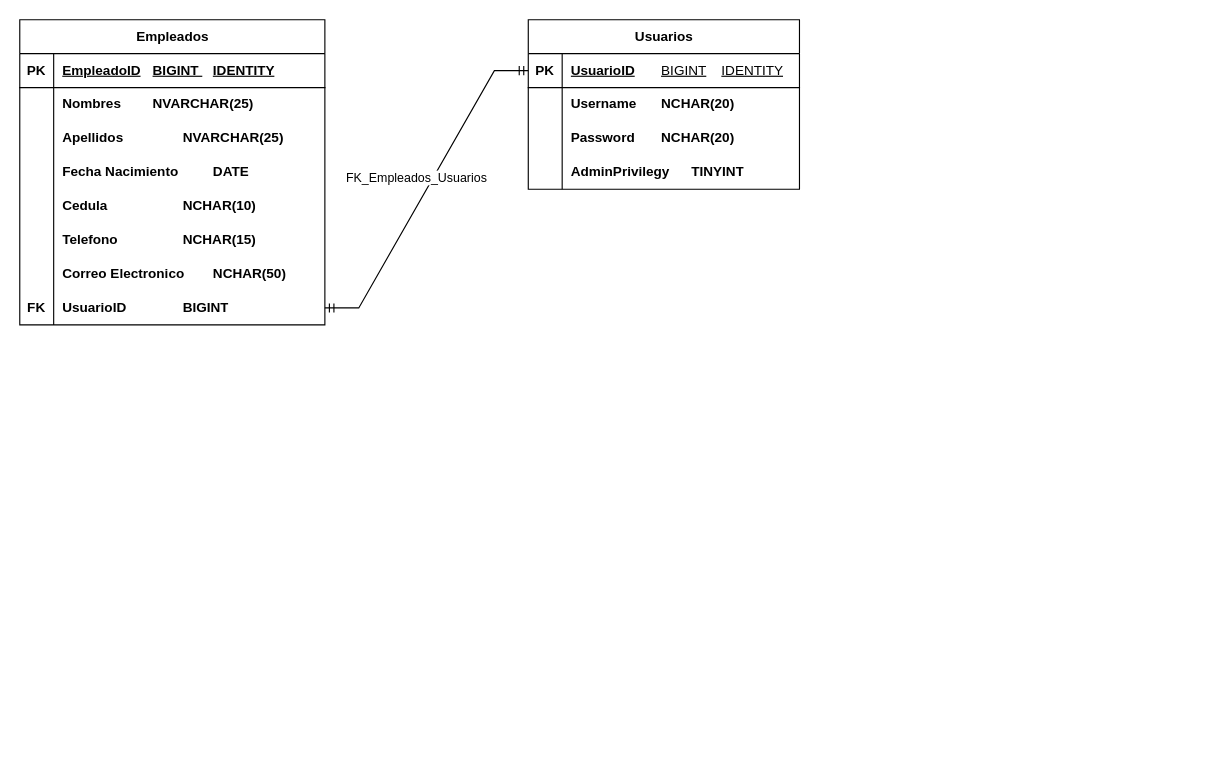
The draw.io diagram Diagrama sin título.drawio in RobinLB99/SQL-SERVER_Scripting, before the edit. Source tidied: cells renumbered, new cells numbered last; positions are measured from the earlier drawing's top-left corner, leaving out a move shared by most shapes. Both pictures are drawn from the tidied source at 113%, with x=0, y=0 at pixel (19, 19).
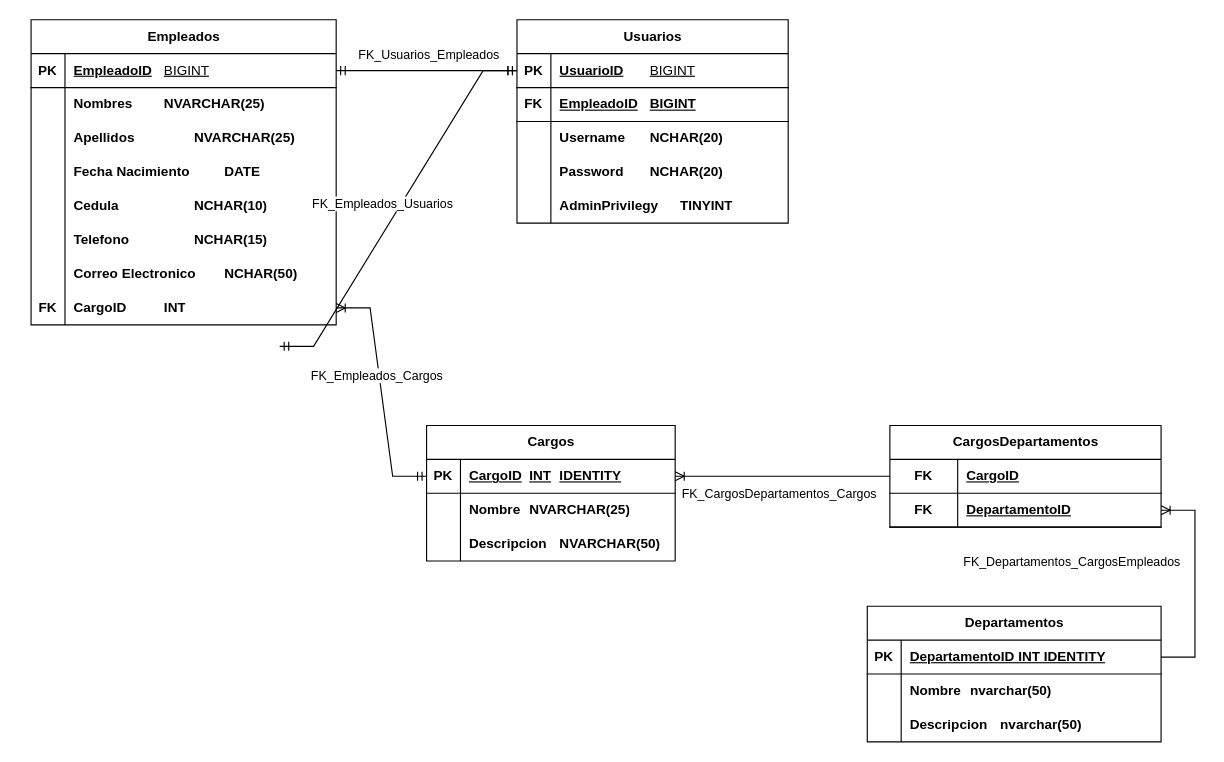
The same page after the edit.

Unchanged cells that the change refers to:
```xml
<mxCell id="3" style="shape=tableRow;horizontal=0;startSize=0;swimlaneHead=0;swimlaneBody=0;fillColor=none;points=[[0,0.5],[1,0.5]];portConstraint=eastwest;top=0;left=0;right=0;bottom=1;" parent="2" vertex="1">
  <mxGeometry y="30" width="270" height="30" as="geometry" />
</mxCell>
<mxCell id="24" style="shape=tableRow;horizontal=0;startSize=0;swimlaneHead=0;swimlaneBody=0;fillColor=none;points=[[0,0.5],[1,0.5]];portConstraint=eastwest;top=0;left=0;right=0;bottom=0;" parent="2" vertex="1">
  <mxGeometry y="240" width="270" height="30" as="geometry" />
</mxCell>
<mxCell id="28" style="shape=tableRow;horizontal=0;startSize=0;swimlaneHead=0;swimlaneBody=0;fillColor=none;points=[[0,0.5],[1,0.5]];portConstraint=eastwest;top=0;left=0;right=0;bottom=1;" parent="27" vertex="1">
  <mxGeometry y="30" width="240" height="30" as="geometry" />
</mxCell>
```

What changed in the source:
```diff
@@
     <mxCell id="2" value="Empleados" style="shape=table;startSize=30;childLayout=tableLayout;rowLines=0;fontStyle=1;align=center;html=1;" parent="1" vertex="1">
-      <mxGeometry width="270" height="270" as="geometry" />
+      <mxGeometry x="10" width="270" height="270" as="geometry" />
     </mxCell>
@@
-    <mxCell id="5" value="EmpleadoID&lt;span style=&quot;white-space: pre;&quot;&gt;&#9;&lt;/span&gt;BIGINT &lt;span style=&quot;white-space: pre;&quot;&gt;&#9;&lt;/span&gt;IDENTITY" style="shape=partialRectangle;fillColor=none;top=0;left=0;bottom=0;right=0;align=left;spacingLeft=6;fontStyle=5;overflow=hidden;whiteSpace=wrap;html=1;" parent="3" vertex="1">
+    <mxCell id="5" value="EmpleadoID&lt;span style=&quot;white-space: pre;&quot;&gt;&#9;&lt;/span&gt;&lt;span style=&quot;font-weight: normal;&quot;&gt;BIGINT&lt;/span&gt;" style="shape=partialRectangle;fillColor=none;top=0;left=0;bottom=0;right=0;align=left;spacingLeft=6;fontStyle=5;overflow=hidden;whiteSpace=wrap;html=1;" parent="3" vertex="1">
       <mxGeometry x="30" width="240" height="30" as="geometry" />
     </mxCell>
@@
-    <mxCell id="26" value="UsuarioID&amp;nbsp;&amp;nbsp;&lt;span style=&quot;white-space: pre;&quot;&gt;&#9;&lt;/span&gt;&lt;span style=&quot;white-space: pre;&quot;&gt;&#9;&lt;/span&gt;BIGINT" style="shape=partialRectangle;fillColor=none;top=0;left=0;bottom=0;right=0;align=left;spacingLeft=6;overflow=hidden;whiteSpace=wrap;html=1;fontStyle=1;" parent="24" vertex="1">
-      <mxGeometry x="30" width="240" height="30" as="geometry" />
-    </mxCell>
+    <mxCell id="42" value="CargoID&lt;span style=&quot;white-space: pre;&quot;&gt;&#9;&lt;/span&gt;&lt;span style=&quot;white-space: pre;&quot;&gt;&#9;&lt;/span&gt;INT" style="shape=partialRectangle;fillColor=none;top=0;left=0;bottom=0;right=0;align=left;spacingLeft=6;overflow=hidden;whiteSpace=wrap;html=1;fontStyle=1;" parent="24" vertex="1">
+      <mxGeometry x="30" width="240" height="30" as="geometry" />
+    </mxCell>
     <mxCell id="27" value="Usuarios" style="shape=table;startSize=30;childLayout=tableLayout;rowLines=0;fontStyle=1;align=center;html=1;" parent="1" vertex="1">
-      <mxGeometry x="450" width="240" height="150" as="geometry" />
+      <mxGeometry x="440" width="240" height="180" as="geometry" />
     </mxCell>
@@
-    <mxCell id="30" value="UsuarioID&lt;span style=&quot;white-space: pre;&quot;&gt;&#9;&lt;/span&gt;&lt;span style=&quot;font-weight: normal;&quot;&gt;BIGINT&lt;span style=&quot;white-space: pre;&quot;&gt;&#9;&lt;/span&gt;IDENTITY&lt;/span&gt;" style="shape=partialRectangle;fillColor=none;top=0;left=0;bottom=0;right=0;align=left;spacingLeft=6;fontStyle=5;overflow=hidden;whiteSpace=wrap;html=1;" parent="28" vertex="1">
+    <mxCell id="30" value="UsuarioID&lt;span style=&quot;white-space: pre;&quot;&gt;&#9;&lt;/span&gt;&lt;span style=&quot;font-weight: normal;&quot;&gt;BIGINT&lt;/span&gt;" style="shape=partialRectangle;fillColor=none;top=0;left=0;bottom=0;right=0;align=left;spacingLeft=6;fontStyle=5;overflow=hidden;whiteSpace=wrap;html=1;" parent="28" vertex="1">
       <mxGeometry x="30" width="210" height="30" as="geometry" />
     </mxCell>
+    <mxCell id="43" style="shape=tableRow;horizontal=0;startSize=0;swimlaneHead=0;swimlaneBody=0;fillColor=none;top=0;left=0;right=0;bottom=1;" parent="27" vertex="1">
+      <mxGeometry y="60" width="240" height="30" as="geometry" />
+    </mxCell>
+    <mxCell id="44" value="FK" style="shape=partialRectangle;fillColor=none;top=0;left=0;bottom=0;right=0;fontStyle=1;overflow=hidden;whiteSpace=wrap;html=1;" parent="43" vertex="1">
+      <mxGeometry width="30" height="30" as="geometry" />
+    </mxCell>
+    <mxCell id="45" value="EmpleadoID&lt;span style=&quot;white-space: pre;&quot;&gt;&#9;&lt;/span&gt;BIGINT" style="shape=partialRectangle;fillColor=none;top=0;left=0;bottom=0;right=0;align=left;spacingLeft=6;fontStyle=5;overflow=hidden;whiteSpace=wrap;html=1;" parent="43" vertex="1">
+      <mxGeometry x="30" width="210" height="30" as="geometry" />
+    </mxCell>
     <mxCell id="31" style="shape=tableRow;horizontal=0;startSize=0;swimlaneHead=0;swimlaneBody=0;fillColor=none;top=0;left=0;right=0;bottom=0;" parent="27" vertex="1">
-      <mxGeometry y="60" width="240" height="30" as="geometry" />
+      <mxGeometry y="90" width="240" height="30" as="geometry" />
     </mxCell>
@@
     <mxCell id="34" style="shape=tableRow;horizontal=0;startSize=0;swimlaneHead=0;swimlaneBody=0;fillColor=none;top=0;left=0;right=0;bottom=0;" parent="27" vertex="1">
-      <mxGeometry y="90" width="240" height="30" as="geometry" />
+      <mxGeometry y="120" width="240" height="30" as="geometry" />
     </mxCell>
@@
     <mxCell id="37" style="shape=tableRow;horizontal=0;startSize=0;swimlaneHead=0;swimlaneBody=0;fillColor=none;top=0;left=0;right=0;bottom=0;" parent="27" vertex="1">
-      <mxGeometry y="120" width="240" height="30" as="geometry" />
+      <mxGeometry y="150" width="240" height="30" as="geometry" />
     </mxCell>
@@
-    <mxCell id="40" style="edgeStyle=entityRelationEdgeStyle;fontSize=12;html=1;endArrow=ERmandOne;startArrow=ERmandOne;rounded=0;exitX=1;exitY=0.5;exitDx=0;exitDy=0;entryX=0;entryY=0.5;entryDx=0;entryDy=0;" parent="1" edge="1" source="24" target="28">
+    <mxCell id="40" style="edgeStyle=entityRelationEdgeStyle;fontSize=12;html=1;endArrow=ERmandOne;startArrow=ERmandOne;rounded=0;exitX=1;exitY=0.5;exitDx=0;exitDy=0;entryX=0;entryY=0.5;entryDx=0;entryDy=0;" parent="1" edge="1" target="28">
       <mxGeometry relative="1" as="geometry">
+        <mxPoint x="230" y="289" as="sourcePoint" />
         <Array as="points">
           <mxPoint x="280" y="189" />
           <mxPoint x="270" y="189" />
         </Array>
       </mxGeometry>
     </mxCell>
@@
+    <mxCell id="46" value="Departamentos" style="shape=table;startSize=30;childLayout=tableLayout;rowLines=0;fontStyle=1;align=center;html=1;" parent="1" vertex="1">
+      <mxGeometry x="750" y="519" width="260" height="120" as="geometry" />
+    </mxCell>
+    <mxCell id="47" style="shape=tableRow;horizontal=0;startSize=0;swimlaneHead=0;swimlaneBody=0;fillColor=none;points=[[0,0.5],[1,0.5]];portConstraint=eastwest;top=0;left=0;right=0;bottom=1;" parent="46" vertex="1">
+      <mxGeometry y="30" width="260" height="30" as="geometry" />
+    </mxCell>
+    <mxCell id="48" value="PK" style="shape=partialRectangle;fillColor=none;top=0;left=0;bottom=0;right=0;fontStyle=1;overflow=hidden;whiteSpace=wrap;html=1;" parent="47" vertex="1">
+      <mxGeometry width="30" height="30" as="geometry" />
+    </mxCell>
+    <mxCell id="49" value="DepartamentoID INT IDENTITY" style="shape=partialRectangle;fillColor=none;top=0;left=0;bottom=0;right=0;align=left;spacingLeft=6;fontStyle=5;overflow=hidden;whiteSpace=wrap;html=1;" parent="47" vertex="1">
+      <mxGeometry x="30" width="230" height="30" as="geometry" />
+    </mxCell>
+    <mxCell id="50" style="shape=tableRow;horizontal=0;startSize=0;swimlaneHead=0;swimlaneBody=0;fillColor=none;top=0;left=0;right=0;bottom=0;" parent="46" vertex="1">
+      <mxGeometry y="60" width="260" height="30" as="geometry" />
+    </mxCell>
+    <mxCell id="51" style="shape=partialRectangle;fillColor=none;top=0;left=0;bottom=0;right=0;overflow=hidden;whiteSpace=wrap;html=1;" parent="50" vertex="1">
+      <mxGeometry width="30" height="30" as="geometry" />
+    </mxCell>
+    <mxCell id="52" value="Nombre&lt;span style=&quot;white-space: pre;&quot;&gt;&#9;&lt;/span&gt;nvarchar(50)" style="shape=partialRectangle;fillColor=none;top=0;left=0;bottom=0;right=0;align=left;spacingLeft=6;overflow=hidden;whiteSpace=wrap;html=1;fontStyle=1;" parent="50" vertex="1">
+      <mxGeometry x="30" width="230" height="30" as="geometry" />
+    </mxCell>
+    <mxCell id="53" style="shape=tableRow;horizontal=0;startSize=0;swimlaneHead=0;swimlaneBody=0;fillColor=none;top=0;left=0;right=0;bottom=0;" parent="46" vertex="1">
+      <mxGeometry y="90" width="260" height="30" as="geometry" />
+    </mxCell>
+    <mxCell id="54" style="shape=partialRectangle;fillColor=none;top=0;left=0;bottom=0;right=0;overflow=hidden;whiteSpace=wrap;html=1;" parent="53" vertex="1">
+      <mxGeometry width="30" height="30" as="geometry" />
+    </mxCell>
+    <mxCell id="55" value="Descripcion&amp;nbsp;&lt;span style=&quot;white-space: pre;&quot;&gt;&#9;&lt;/span&gt;nvarchar(50)" style="shape=partialRectangle;fillColor=none;top=0;left=0;bottom=0;right=0;align=left;spacingLeft=6;overflow=hidden;whiteSpace=wrap;html=1;fontStyle=1;" parent="53" vertex="1">
+      <mxGeometry x="30" width="230" height="30" as="geometry" />
+    </mxCell>
+    <mxCell id="56" value="CargosDepartamentos" style="shape=table;startSize=30;childLayout=tableLayout;rowLines=0;fontStyle=1;align=center;html=1;" parent="1" vertex="1">
+      <mxGeometry x="770" y="359" width="240" height="90" as="geometry" />
+    </mxCell>
+    <mxCell id="57" style="shape=tableRow;horizontal=0;startSize=0;swimlaneHead=0;swimlaneBody=0;fillColor=none;points=[[0,0.5],[1,0.5]];portConstraint=eastwest;top=0;left=0;right=0;bottom=1;" parent="56" vertex="1">
+      <mxGeometry y="30" width="240" height="30" as="geometry" />
+    </mxCell>
+    <mxCell id="58" value="FK" style="shape=partialRectangle;fillColor=none;top=0;left=0;bottom=0;right=0;fontStyle=1;overflow=hidden;whiteSpace=wrap;html=1;" parent="57" vertex="1">
+      <mxGeometry width="60" height="30" as="geometry" />
+    </mxCell>
+    <mxCell id="59" value="CargoID" style="shape=partialRectangle;fillColor=none;top=0;left=0;bottom=0;right=0;align=left;spacingLeft=6;fontStyle=5;overflow=hidden;whiteSpace=wrap;html=1;" parent="57" vertex="1">
+      <mxGeometry x="60" width="180" height="30" as="geometry" />
+    </mxCell>
+    <mxCell id="60" style="shape=tableRow;horizontal=0;startSize=0;swimlaneHead=0;swimlaneBody=0;fillColor=none;points=[[0,0.5],[1,0.5]];portConstraint=eastwest;top=0;left=0;right=0;bottom=1;" parent="56" vertex="1">
+      <mxGeometry y="60" width="240" height="30" as="geometry" />
+    </mxCell>
+    <mxCell id="61" value="FK" style="shape=partialRectangle;fillColor=none;top=0;left=0;bottom=0;right=0;fontStyle=1;overflow=hidden;whiteSpace=wrap;html=1;" parent="60" vertex="1">
+      <mxGeometry width="60" height="30" as="geometry" />
+    </mxCell>
+    <mxCell id="62" value="DepartamentoID" style="shape=partialRectangle;fillColor=none;top=0;left=0;bottom=0;right=0;align=left;spacingLeft=6;fontStyle=5;overflow=hidden;whiteSpace=wrap;html=1;" parent="60" vertex="1">
+      <mxGeometry x="60" width="180" height="30" as="geometry" />
+    </mxCell>
+    <mxCell id="63" value="Cargos" style="shape=table;startSize=30;childLayout=tableLayout;rowLines=0;fontStyle=1;align=center;html=1;" parent="1" vertex="1">
+      <mxGeometry x="360" y="359" width="220" height="120" as="geometry" />
+    </mxCell>
+    <mxCell id="64" style="shape=tableRow;horizontal=0;startSize=0;swimlaneHead=0;swimlaneBody=0;fillColor=none;points=[[0,0.5],[1,0.5]];portConstraint=eastwest;top=0;left=0;right=0;bottom=1;" parent="63" vertex="1">
+      <mxGeometry y="30" width="220" height="30" as="geometry" />
+    </mxCell>
+    <mxCell id="65" value="PK" style="shape=partialRectangle;fillColor=none;top=0;left=0;bottom=0;right=0;fontStyle=1;overflow=hidden;whiteSpace=wrap;html=1;" parent="64" vertex="1">
+      <mxGeometry width="30" height="30" as="geometry" />
+    </mxCell>
+    <mxCell id="66" value="CargoID&lt;span style=&quot;white-space: pre;&quot;&gt;&#9;&lt;/span&gt;INT&lt;span style=&quot;white-space: pre;&quot;&gt;&#9;&lt;/span&gt;IDENTITY" style="shape=partialRectangle;fillColor=none;top=0;left=0;bottom=0;right=0;align=left;spacingLeft=6;fontStyle=5;overflow=hidden;whiteSpace=wrap;html=1;" parent="64" vertex="1">
+      <mxGeometry x="30" width="190" height="30" as="geometry" />
+    </mxCell>
+    <mxCell id="67" style="shape=tableRow;horizontal=0;startSize=0;swimlaneHead=0;swimlaneBody=0;fillColor=none;top=0;left=0;right=0;bottom=0;" parent="63" vertex="1">
+      <mxGeometry y="60" width="220" height="30" as="geometry" />
+    </mxCell>
+    <mxCell id="68" style="shape=partialRectangle;fillColor=none;top=0;left=0;bottom=0;right=0;overflow=hidden;whiteSpace=wrap;html=1;" parent="67" vertex="1">
+      <mxGeometry width="30" height="30" as="geometry" />
+    </mxCell>
+    <mxCell id="69" value="Nombre&lt;span style=&quot;white-space: pre;&quot;&gt;&#9;&lt;/span&gt;NVARCHAR(25)" style="shape=partialRectangle;fillColor=none;top=0;left=0;bottom=0;right=0;align=left;spacingLeft=6;overflow=hidden;whiteSpace=wrap;html=1;fontStyle=1;" parent="67" vertex="1">
+      <mxGeometry x="30" width="190" height="30" as="geometry" />
+    </mxCell>
+    <mxCell id="70" style="shape=tableRow;horizontal=0;startSize=0;swimlaneHead=0;swimlaneBody=0;fillColor=none;top=0;left=0;right=0;bottom=0;" parent="63" vertex="1">
+      <mxGeometry y="90" width="220" height="30" as="geometry" />
+    </mxCell>
+    <mxCell id="71" style="shape=partialRectangle;fillColor=none;top=0;left=0;bottom=0;right=0;overflow=hidden;whiteSpace=wrap;html=1;" parent="70" vertex="1">
+      <mxGeometry width="30" height="30" as="geometry" />
+    </mxCell>
+    <mxCell id="72" value="Descripcion&lt;span style=&quot;white-space: pre;&quot;&gt;&#9;&lt;/span&gt;NVARCHAR(50)" style="shape=partialRectangle;fillColor=none;top=0;left=0;bottom=0;right=0;align=left;spacingLeft=6;overflow=hidden;whiteSpace=wrap;html=1;fontStyle=1;" parent="70" vertex="1">
+      <mxGeometry x="30" width="190" height="30" as="geometry" />
+    </mxCell>
+    <mxCell id="73" style="edgeStyle=entityRelationEdgeStyle;fontSize=12;html=1;endArrow=ERoneToMany;rounded=0;entryX=1;entryY=0.5;entryDx=0;entryDy=0;exitX=1;exitY=0.5;exitDx=0;exitDy=0;" parent="1" edge="1" source="47" target="60">
+      <mxGeometry relative="1" as="geometry">
+        <Array as="points">
+          <mxPoint x="1210" y="504" />
+          <mxPoint x="1280" y="494" />
+          <mxPoint x="1260" y="504" />
+          <mxPoint x="1240" y="484" />
+          <mxPoint x="1270" y="434" />
+          <mxPoint x="1270" y="424" />
+        </Array>
+      </mxGeometry>
+    </mxCell>
+    <mxCell id="74" value="FK_Departamentos_CargosEmpleados" style="edgeLabel;html=1;align=center;verticalAlign=middle;" parent="73" vertex="1">
+      <mxGeometry x="0.03" relative="1" as="geometry">
+        <mxPoint x="-110" y="-17" as="offset" />
+      </mxGeometry>
+    </mxCell>
+    <mxCell id="75" style="edgeStyle=entityRelationEdgeStyle;fontSize=12;html=1;endArrow=ERoneToMany;rounded=0;entryX=1;entryY=0.5;entryDx=0;entryDy=0;exitX=0;exitY=0.5;exitDx=0;exitDy=0;" parent="1" edge="1" source="57" target="64">
+      <mxGeometry relative="1" as="geometry">
+        <Array as="points">
+          <mxPoint x="770" y="409" />
+        </Array>
+      </mxGeometry>
+    </mxCell>
+    <mxCell id="76" value="FK_CargosDepartamentos_Cargos" style="edgeLabel;html=1;align=center;verticalAlign=middle;" parent="75" vertex="1">
+      <mxGeometry x="-0.04" y="-2" relative="1" as="geometry">
+        <mxPoint x="-8" y="17" as="offset" />
+      </mxGeometry>
+    </mxCell>
+    <mxCell id="77" style="edgeStyle=entityRelationEdgeStyle;fontSize=12;html=1;endArrow=ERoneToMany;startArrow=ERmandOne;rounded=0;entryX=1;entryY=0.5;entryDx=0;entryDy=0;exitX=0;exitY=0.5;exitDx=0;exitDy=0;" parent="1" edge="1" source="64" target="24">
+      <mxGeometry relative="1" as="geometry" />
+    </mxCell>
+    <mxCell id="78" value="FK_Empleados_Cargos" style="edgeLabel;html=1;align=center;verticalAlign=middle;" parent="77" vertex="1">
+      <mxGeometry x="0.15" y="2" relative="1" as="geometry" />
+    </mxCell>
+    <mxCell id="79" style="edgeStyle=entityRelationEdgeStyle;fontSize=12;html=1;endArrow=ERmandOne;startArrow=ERmandOne;rounded=0;exitX=1;exitY=0.5;exitDx=0;exitDy=0;entryX=0;entryY=0.5;entryDx=0;entryDy=0;" parent="1" edge="1" source="3" target="28">
+      <mxGeometry relative="1" as="geometry" />
+    </mxCell>
+    <mxCell id="80" value="FK_Usuarios_Empleados" style="edgeLabel;html=1;align=center;verticalAlign=middle;" parent="79" vertex="1">
+      <mxGeometry x="-0.14" y="2" relative="1" as="geometry">
+        <mxPoint x="12" y="-13" as="offset" />
+      </mxGeometry>
+    </mxCell>
```
